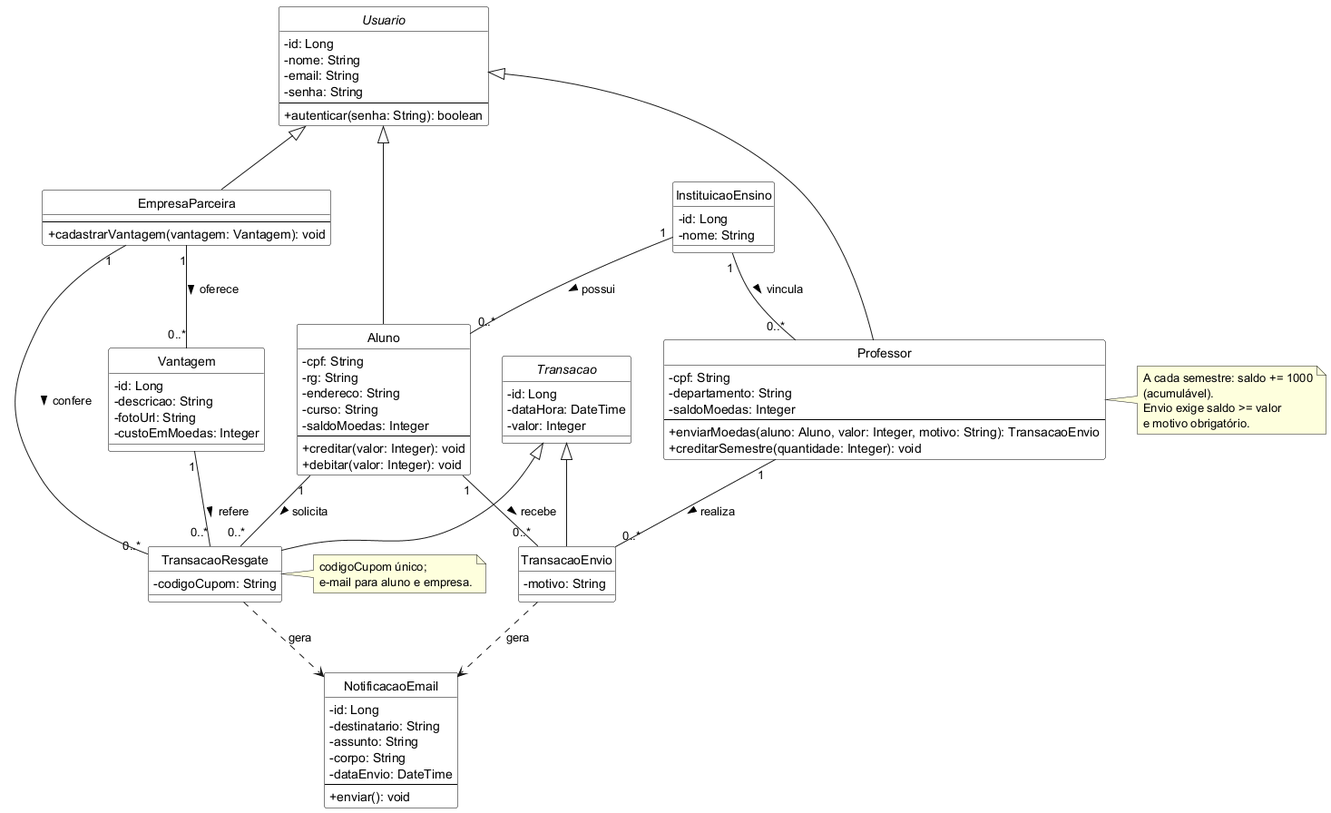
The PlantUML diagram docs/sprint1/images/diagrama-classes.png in pedroccarv/moeda-estudantil, before a commit.
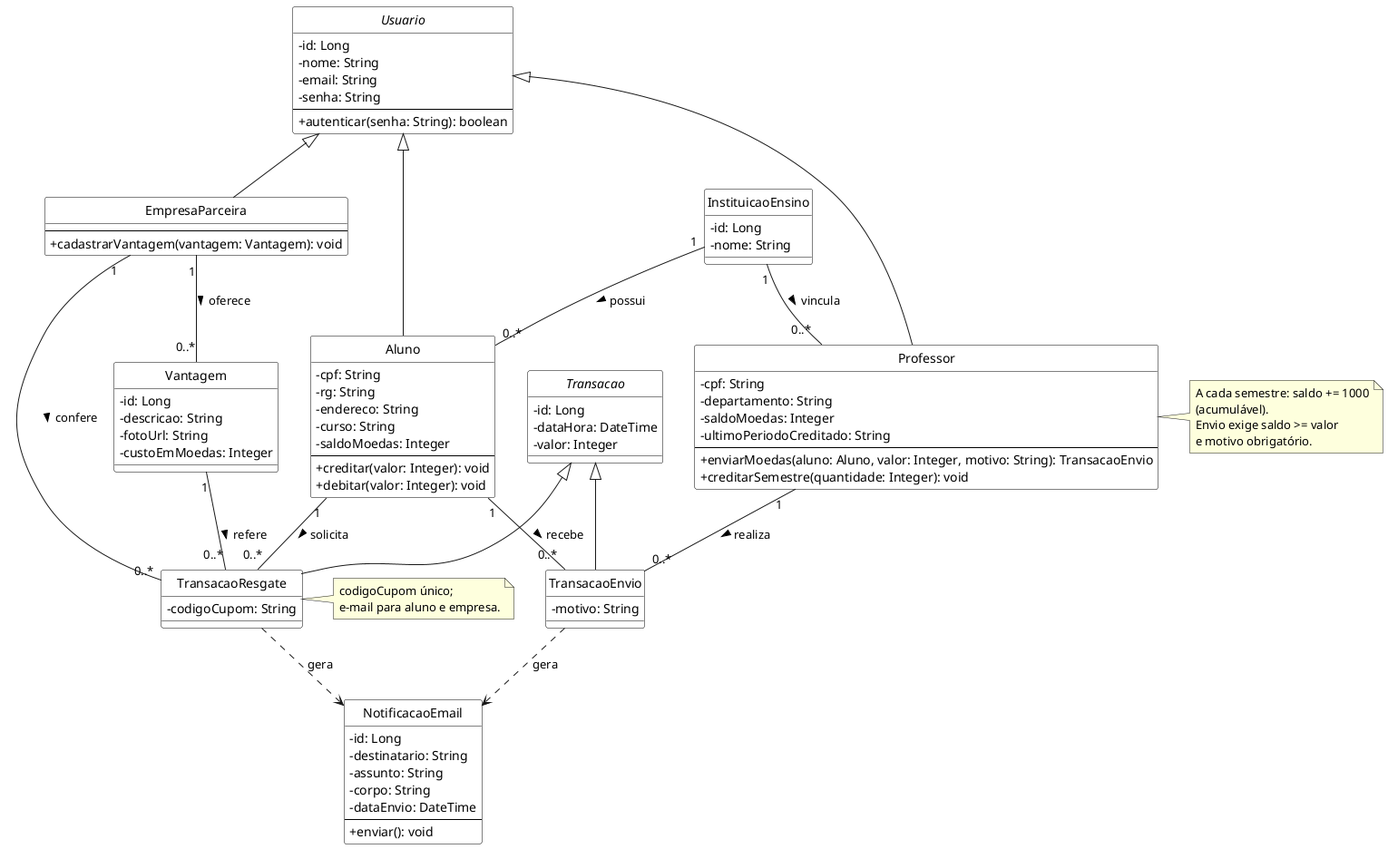
The same diagram one commit later.

Diff of the diagram source:
```diff
@@ -30,6 +30,7 @@
   - cpf: String
   - departamento: String
   - saldoMoedas: Integer
+  - ultimoPeriodoCreditado: String
   --
   + enviarMoedas(aluno: Aluno, valor: Integer, motivo: String): TransacaoEnvio
   + creditarSemestre(quantidade: Integer): void
```
